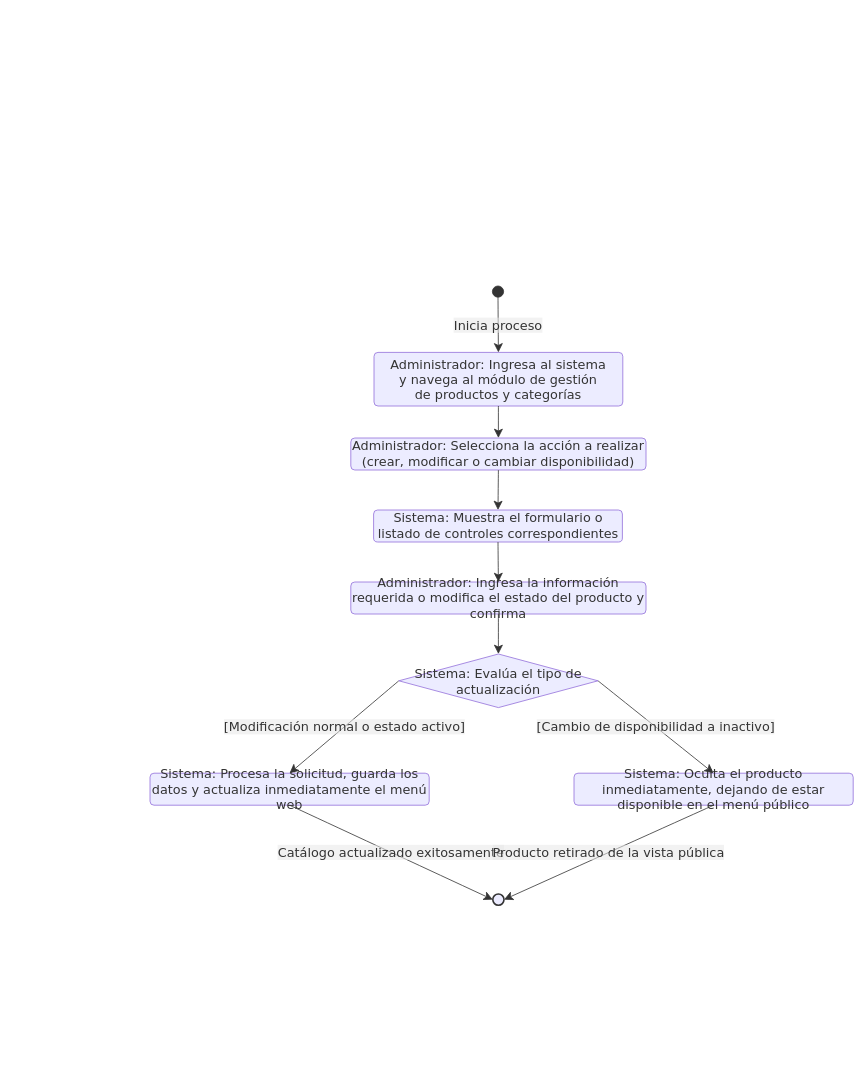
CanelaFeliz/ProyectoPPI115 keeps this draw.io diagram as page "FR04" (4 of 14) of documentacion/Diagramas/Diagramas Casos de Uso.drawio. Above is the earlier version. Source tidied: cells renumbered, new cells numbered last; positions are measured from the earlier drawing's top-left corner, leaving out a move shared by most shapes. Both pictures are drawn from the tidied source at 80%, with x=0, y=0 at pixel (150, 286).
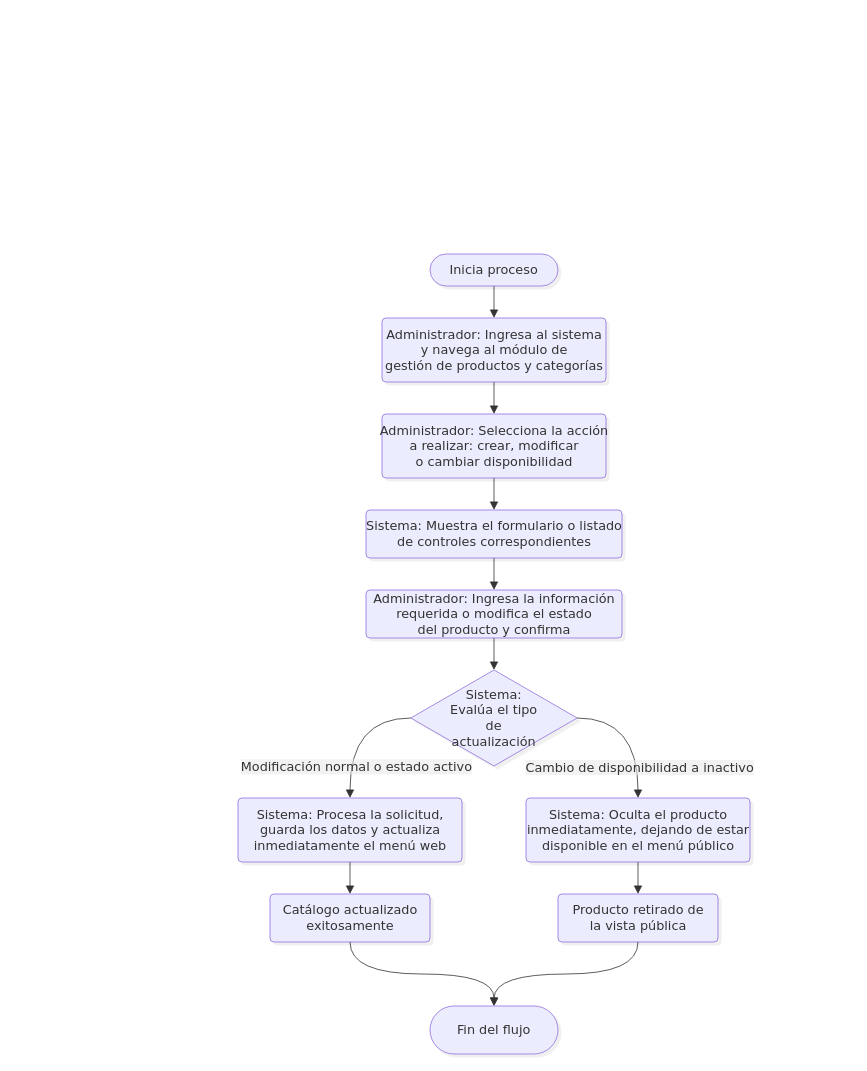
After the change.

The edit, as a diff of the source:
```diff
@@
-    <mxCell id="2" style="group;" parent="1" vertex="1">
-      <mxGeometry width="879" height="774" as="geometry" />
-    </mxCell>
-    <mxCell id="3" style="ellipse;html=1;fillColor=light-dark(#333333,#cccccc);strokeColor=light-dark(#333333,#cccccc);fontColor=light-dark(#333333,#cccccc);fontFamily=Trebuchet MS,Verdana,Arial,sans-serif;fontSize=16;" parent="2" vertex="1">
-      <mxGeometry x="428" width="14" height="14" as="geometry" />
-    </mxCell>
+    <mxCell id="21" style="group;transparentBounds=1;editIcon=1;lockedGroup=0;groupPadding=10;" parent="1" vertex="1">
+      <mxGeometry x="-170" y="-340" as="geometry" />
+    </mxCell>
+    <mxCell id="11" value="Inicia proceso" style="html=1;rounded=1;whiteSpace=wrap;arcSize=50;strokeWidth=1;fillColor=light-dark(#ECECFF,#1f2020);strokeColor=light-dark(#9370DB,#cccccc);fontColor=light-dark(#333333,#cccccc);fontFamily=Trebuchet MS,Verdana,Arial,sans-serif;fontSize=16;shadow=1;shadowColor=#000000;shadowOffsetX=4;shadowOffsetY=4;shadowBlur=0;shadowOpacity=6;" parent="21" vertex="1">
+      <mxGeometry x="520" y="300" width="160" height="40" as="geometry" />
+    </mxCell>
-    <mxCell id="4" value="Administrador: Ingresa al sistema&lt;div&gt;y&amp;nbsp;&lt;span style=&quot;background-color: transparent; color: light-dark(rgb(51, 51, 51), rgb(204, 204, 204));&quot;&gt;navega al módulo de gestión&lt;/span&gt;&lt;/div&gt;&lt;div&gt;&lt;span style=&quot;background-color: transparent; color: light-dark(rgb(51, 51, 51), rgb(204, 204, 204));&quot;&gt;de&amp;nbsp;&lt;/span&gt;&lt;span style=&quot;background-color: transparent; color: light-dark(rgb(51, 51, 51), rgb(204, 204, 204));&quot;&gt;productos y categorías&lt;/span&gt;&lt;/div&gt;" style="rounded=1;absoluteArcSize=1;arcSize=10;html=1;whiteSpace=wrap;strokeWidth=1;fillColor=light-dark(#ECECFF,#1f2020);strokeColor=light-dark(#9370DB,#cccccc);fontColor=light-dark(#333333,#cccccc);fontFamily=Trebuchet MS,Verdana,Arial,sans-serif;fontSize=16;" parent="2" vertex="1">
-      <mxGeometry x="280" y="83" width="311" height="67" as="geometry" />
+    <mxCell id="4" value="Administrador: Ingresa al sistema&lt;br&gt;y navega al módulo de&lt;br&gt;gestión de productos y categorías" style="rounded=1;absoluteArcSize=1;arcSize=10;html=1;strokeWidth=1;fillColor=light-dark(#ECECFF,#1f2020);strokeColor=light-dark(#9370DB,#cccccc);fontColor=light-dark(#333333,#cccccc);fontFamily=Trebuchet MS,Verdana,Arial,sans-serif;fontSize=16;shadow=1;shadowColor=#000000;shadowOffsetX=4;shadowOffsetY=4;shadowBlur=0;shadowOpacity=6;labelWidth=120;" parent="21" vertex="1">
+      <mxGeometry x="460" y="380" width="280" height="80" as="geometry" />
     </mxCell>
-    <mxCell id="5" value="Administrador: Selecciona la acción a realizar&lt;div&gt;(crear, modificar o cambiar disponibilidad)&lt;/div&gt;" style="rounded=1;absoluteArcSize=1;arcSize=10;html=1;whiteSpace=wrap;strokeWidth=1;fillColor=light-dark(#ECECFF,#1f2020);strokeColor=light-dark(#9370DB,#cccccc);fontColor=light-dark(#333333,#cccccc);fontFamily=Trebuchet MS,Verdana,Arial,sans-serif;fontSize=16;" parent="2" vertex="1">
-      <mxGeometry x="251" y="190" width="369" height="40" as="geometry" />
-    </mxCell>
+    <mxCell id="22" value="Administrador: Selecciona la acción&lt;br&gt;a realizar: crear, modificar&lt;br&gt;o cambiar disponibilidad" style="rounded=1;absoluteArcSize=1;arcSize=10;html=1;strokeWidth=1;fillColor=light-dark(#ECECFF,#1f2020);strokeColor=light-dark(#9370DB,#cccccc);fontColor=light-dark(#333333,#cccccc);fontFamily=Trebuchet MS,Verdana,Arial,sans-serif;fontSize=16;shadow=1;shadowColor=#000000;shadowOffsetX=4;shadowOffsetY=4;shadowBlur=0;shadowOpacity=6;labelWidth=120;" parent="21" vertex="1">
+      <mxGeometry x="460" y="500" width="280" height="80" as="geometry" />
+    </mxCell>
-    <mxCell id="6" value="Sistema: Muestra el formulario o listado de controles correspondientes" style="rounded=1;absoluteArcSize=1;arcSize=10;html=1;whiteSpace=wrap;strokeWidth=1;fillColor=light-dark(#ECECFF,#1f2020);strokeColor=light-dark(#9370DB,#cccccc);fontColor=light-dark(#333333,#cccccc);fontFamily=Trebuchet MS,Verdana,Arial,sans-serif;fontSize=16;" parent="2" vertex="1">
-      <mxGeometry x="279.5" y="280" width="311" height="40" as="geometry" />
+    <mxCell id="6" value="Sistema: Muestra el formulario o listado&lt;br&gt;de controles correspondientes" style="rounded=1;absoluteArcSize=1;arcSize=10;html=1;strokeWidth=1;fillColor=light-dark(#ECECFF,#1f2020);strokeColor=light-dark(#9370DB,#cccccc);fontColor=light-dark(#333333,#cccccc);fontFamily=Trebuchet MS,Verdana,Arial,sans-serif;fontSize=16;shadow=1;shadowColor=#000000;shadowOffsetX=4;shadowOffsetY=4;shadowBlur=0;shadowOpacity=6;labelWidth=120;" parent="21" vertex="1">
+      <mxGeometry x="440" y="620" width="320" height="60" as="geometry" />
     </mxCell>
-    <mxCell id="7" value="Administrador: Ingresa la información requerida o modifica el estado del producto y confirma" style="rounded=1;absoluteArcSize=1;arcSize=10;html=1;whiteSpace=wrap;strokeWidth=1;fillColor=light-dark(#ECECFF,#1f2020);strokeColor=light-dark(#9370DB,#cccccc);fontColor=light-dark(#333333,#cccccc);fontFamily=Trebuchet MS,Verdana,Arial,sans-serif;fontSize=16;" parent="2" vertex="1">
-      <mxGeometry x="251" y="370" width="369" height="40" as="geometry" />
+    <mxCell id="7" value="Administrador: Ingresa la información&lt;br&gt;requerida o modifica el estado&lt;br&gt;del producto y confirma" style="rounded=1;absoluteArcSize=1;arcSize=10;html=1;strokeWidth=1;fillColor=light-dark(#ECECFF,#1f2020);strokeColor=light-dark(#9370DB,#cccccc);fontColor=light-dark(#333333,#cccccc);fontFamily=Trebuchet MS,Verdana,Arial,sans-serif;fontSize=16;shadow=1;shadowColor=#000000;shadowOffsetX=4;shadowOffsetY=4;shadowBlur=0;shadowOpacity=6;labelWidth=120;" parent="21" vertex="1">
+      <mxGeometry x="440" y="720" width="320" height="60" as="geometry" />
     </mxCell>
+    <mxCell id="20" value="Sistema: Evalúa el tipo de actualización" style="rhombus;html=1;strokeWidth=1;whiteSpace=wrap;fillColor=light-dark(#ECECFF,#1f2020);strokeColor=light-dark(#9370DB,#cccccc);fontColor=light-dark(#333333,#cccccc);fontFamily=Trebuchet MS,Verdana,Arial,sans-serif;fontSize=16;shadow=1;shadowColor=#000000;shadowOffsetX=4;shadowOffsetY=4;shadowBlur=0;shadowOpacity=6;labelWidth=120;" parent="21" vertex="1">
+      <mxGeometry x="496" y="820" width="208" height="120" as="geometry" />
+    </mxCell>
-    <mxCell id="8" value="Sistema: Procesa la solicitud, guarda los datos y actualiza inmediatamente el menú web" style="rounded=1;absoluteArcSize=1;arcSize=10;html=1;whiteSpace=wrap;strokeWidth=1;fillColor=light-dark(#ECECFF,#1f2020);strokeColor=light-dark(#9370DB,#cccccc);fontColor=light-dark(#333333,#cccccc);fontFamily=Trebuchet MS,Verdana,Arial,sans-serif;fontSize=16;" parent="2" vertex="1">
-      <mxGeometry y="609" width="349" height="40" as="geometry" />
+    <mxCell id="8" value="Sistema: Procesa la solicitud,&lt;br&gt;guarda los datos y actualiza&lt;br&gt;inmediatamente el menú web" style="rounded=1;absoluteArcSize=1;arcSize=10;html=1;strokeWidth=1;fillColor=light-dark(#ECECFF,#1f2020);strokeColor=light-dark(#9370DB,#cccccc);fontColor=light-dark(#333333,#cccccc);fontFamily=Trebuchet MS,Verdana,Arial,sans-serif;fontSize=16;shadow=1;shadowColor=#000000;shadowOffsetX=4;shadowOffsetY=4;shadowBlur=0;shadowOpacity=6;labelWidth=120;" parent="21" vertex="1">
+      <mxGeometry x="280" y="980" width="280" height="80" as="geometry" />
     </mxCell>
-    <mxCell id="9" value="Sistema: Oculta el producto inmediatamente, dejando de estar disponible en el menú público" style="rounded=1;absoluteArcSize=1;arcSize=10;html=1;whiteSpace=wrap;strokeWidth=1;fillColor=light-dark(#ECECFF,#1f2020);strokeColor=light-dark(#9370DB,#cccccc);fontColor=light-dark(#333333,#cccccc);fontFamily=Trebuchet MS,Verdana,Arial,sans-serif;fontSize=16;" parent="2" vertex="1">
-      <mxGeometry x="530" y="609" width="349" height="40" as="geometry" />
+    <mxCell id="9" value="Sistema: Oculta el producto&lt;br&gt;inmediatamente, dejando de estar&lt;br&gt;disponible en el menú público" style="rounded=1;absoluteArcSize=1;arcSize=10;html=1;strokeWidth=1;fillColor=light-dark(#ECECFF,#1f2020);strokeColor=light-dark(#9370DB,#cccccc);fontColor=light-dark(#333333,#cccccc);fontFamily=Trebuchet MS,Verdana,Arial,sans-serif;fontSize=16;shadow=1;shadowColor=#000000;shadowOffsetX=4;shadowOffsetY=4;shadowBlur=0;shadowOpacity=6;labelWidth=120;" parent="21" vertex="1">
+      <mxGeometry x="640" y="980" width="280" height="80" as="geometry" />
     </mxCell>
-    <mxCell id="10" style="ellipse;html=1;fillColor=light-dark(#ECECFF,#1f2020);strokeColor=light-dark(#333333,#cccccc);strokeWidth=2;centerRadius=4;centerColor=light-dark(#9370DB,#cccccc);fontColor=light-dark(#333333,#cccccc);fontFamily=Trebuchet MS,Verdana,Arial,sans-serif;fontSize=16;" parent="2" vertex="1">
-      <mxGeometry x="428.5" y="760" width="14" height="14" as="geometry" />
-    </mxCell>
-    <mxCell id="11" value="Inicia proceso" style="curved=1;startArrow=none;endArrow=classic;endSize=9;fillColor=none;strokeColor=light-dark(#333333,#cccccc);html=1;fontSize=16;labelBackgroundColor=#E8E8E88D;fontFamily=Trebuchet MS,Verdana,Arial,sans-serif;fontColor=light-dark(#333333,#cccccc);exitX=0.5;exitY=1;entryX=0.5;entryY=0;rounded=0;" parent="2" edge="1" source="3" target="4">
-      <mxGeometry relative="1" as="geometry" />
-    </mxCell>
-    <mxCell id="12" style="curved=1;startArrow=none;endArrow=classic;endSize=9;fillColor=none;strokeColor=light-dark(#333333,#cccccc);exitX=0.5;exitY=1;entryX=0.5;entryY=0;rounded=0;" parent="2" edge="1" source="4" target="5">
-      <mxGeometry relative="1" as="geometry" />
-    </mxCell>
-    <mxCell id="13" style="curved=1;startArrow=none;endArrow=classic;endSize=9;fillColor=none;strokeColor=light-dark(#333333,#cccccc);exitX=0.5;exitY=1;entryX=0.5;entryY=0;rounded=0;" parent="2" edge="1" source="5" target="6">
-      <mxGeometry relative="1" as="geometry" />
-    </mxCell>
+    <mxCell id="18" value="Catálogo actualizado&lt;br&gt;exitosamente" style="rounded=1;absoluteArcSize=1;arcSize=10;html=1;strokeWidth=1;fillColor=light-dark(#ECECFF,#1f2020);strokeColor=light-dark(#9370DB,#cccccc);fontColor=light-dark(#333333,#cccccc);fontFamily=Trebuchet MS,Verdana,Arial,sans-serif;fontSize=16;shadow=1;shadowColor=#000000;shadowOffsetX=4;shadowOffsetY=4;shadowBlur=0;shadowOpacity=6;labelWidth=120;" parent="21" vertex="1">
+      <mxGeometry x="320" y="1100" width="200" height="60" as="geometry" />
+    </mxCell>
+    <mxCell id="19" value="Producto retirado de&lt;br&gt;la vista pública" style="rounded=1;absoluteArcSize=1;arcSize=10;html=1;strokeWidth=1;fillColor=light-dark(#ECECFF,#1f2020);strokeColor=light-dark(#9370DB,#cccccc);fontColor=light-dark(#333333,#cccccc);fontFamily=Trebuchet MS,Verdana,Arial,sans-serif;fontSize=16;shadow=1;shadowColor=#000000;shadowOffsetX=4;shadowOffsetY=4;shadowBlur=0;shadowOpacity=6;labelWidth=120;" parent="21" vertex="1">
+      <mxGeometry x="680" y="1100" width="200" height="60" as="geometry" />
+    </mxCell>
+    <mxCell id="23" value="Fin del flujo" style="html=1;rounded=1;whiteSpace=wrap;arcSize=50;strokeWidth=1;fillColor=light-dark(#ECECFF,#1f2020);strokeColor=light-dark(#9370DB,#cccccc);fontColor=light-dark(#333333,#cccccc);fontFamily=Trebuchet MS,Verdana,Arial,sans-serif;fontSize=16;shadow=1;shadowColor=#000000;shadowOffsetX=4;shadowOffsetY=4;shadowBlur=0;shadowOpacity=6;" parent="21" vertex="1">
+      <mxGeometry x="520" y="1240" width="160" height="60" as="geometry" />
+    </mxCell>
+    <mxCell id="24" style="curved=1;startArrow=none;endArrow=block;endSize=8;strokeColor=light-dark(#333333,#cccccc);exitX=0.5;exitY=1;entryX=0.5;entryY=0;targetPerimeterSpacing=4;rounded=0;" parent="21" edge="1" source="11" target="4">
+      <mxGeometry relative="1" as="geometry" />
+    </mxCell>
+    <mxCell id="25" style="curved=1;startArrow=none;endArrow=block;endSize=8;strokeColor=light-dark(#333333,#cccccc);exitX=0.5;exitY=1;entryX=0.5;entryY=0;targetPerimeterSpacing=4;rounded=0;" parent="21" edge="1" source="4" target="22">
+      <mxGeometry relative="1" as="geometry" />
+    </mxCell>
+    <mxCell id="26" style="curved=1;startArrow=none;endArrow=block;endSize=8;strokeColor=light-dark(#333333,#cccccc);exitX=0.5;exitY=1;entryX=0.5;entryY=0;targetPerimeterSpacing=4;rounded=0;" parent="21" edge="1" source="22" target="6">
+      <mxGeometry relative="1" as="geometry" />
+    </mxCell>
-    <mxCell id="14" style="curved=1;startArrow=none;endArrow=classic;endSize=9;fillColor=none;strokeColor=light-dark(#333333,#cccccc);exitX=0.5;exitY=1;entryX=0.5;entryY=0;rounded=0;" parent="2" edge="1" source="6" target="7">
+    <mxCell id="14" style="curved=1;startArrow=none;endArrow=block;endSize=8;strokeColor=light-dark(#333333,#cccccc);exitX=0.5;exitY=1;entryX=0.5;entryY=0;targetPerimeterSpacing=4;rounded=0;" parent="21" edge="1" source="6" target="7">
       <mxGeometry relative="1" as="geometry" />
     </mxCell>
-    <mxCell id="15" style="curved=1;startArrow=none;endArrow=classic;endSize=9;fillColor=none;strokeColor=light-dark(#333333,#cccccc);exitX=0.5;exitY=1;entryX=0.5;entryY=0;rounded=0;entryDx=0;entryDy=0;" parent="2" edge="1" source="7" target="20">
+    <mxCell id="15" style="curved=1;startArrow=none;endArrow=block;endSize=8;strokeColor=light-dark(#333333,#cccccc);exitX=0.5;exitY=1;entryX=0.5;entryY=0;targetPerimeterSpacing=4;rounded=0;" parent="21" edge="1" source="7" target="20">
       <mxGeometry relative="1" as="geometry" />
     </mxCell>
-    <mxCell id="16" value="[Modificación normal o estado activo]" style="curved=1;startArrow=none;endArrow=classic;endSize=9;fillColor=none;strokeColor=light-dark(#333333,#cccccc);html=1;fontSize=16;labelBackgroundColor=#E8E8E88D;fontFamily=Trebuchet MS,Verdana,Arial,sans-serif;fontColor=light-dark(#333333,#cccccc);exitX=0;exitY=0.5;entryX=0.5;entryY=0;rounded=0;exitDx=0;exitDy=0;" parent="2" edge="1" source="20" target="8">
-      <mxGeometry relative="1" as="geometry" />
+    <mxCell id="16" value="Modificación normal o estado activo" style="curved=1;startArrow=none;endArrow=block;endSize=8;strokeColor=light-dark(#333333,#cccccc);html=1;fontSize=16;labelBackgroundColor=light-dark(#E8E8E88D,#2a2a2a8D);fontFamily=Trebuchet MS,Verdana,Arial,sans-serif;fontColor=light-dark(#333333,#cccccc);exitX=0;exitY=0.5;entryX=0.5;entryY=0;targetPerimeterSpacing=4;rounded=0;exitDx=0;exitDy=0;edgeStyle=orthogonalEdgeStyle;curveGeometry=1;" parent="21" edge="1" source="20" target="8">
+      <mxGeometry x="0.56" y="8" relative="1" as="geometry" />
     </mxCell>
-    <mxCell id="17" value="[Cambio de disponibilidad a inactivo]" style="curved=1;startArrow=none;endArrow=classic;endSize=9;fillColor=none;strokeColor=light-dark(#333333,#cccccc);html=1;fontSize=16;labelBackgroundColor=#E8E8E88D;fontFamily=Trebuchet MS,Verdana,Arial,sans-serif;fontColor=light-dark(#333333,#cccccc);exitX=1;exitY=0.5;entryX=0.5;entryY=0;rounded=0;exitDx=0;exitDy=0;" parent="2" edge="1" source="20" target="9">
-      <mxGeometry relative="1" as="geometry" />
+    <mxCell id="17" value="Cambio de disponibilidad a inactivo" style="curved=1;startArrow=none;endArrow=block;endSize=8;strokeColor=light-dark(#333333,#cccccc);html=1;fontSize=16;labelBackgroundColor=light-dark(#E8E8E88D,#2a2a2a8D);fontFamily=Trebuchet MS,Verdana,Arial,sans-serif;fontColor=light-dark(#333333,#cccccc);exitX=1;exitY=0.5;entryX=0.5;entryY=0;targetPerimeterSpacing=4;rounded=0;edgeStyle=orthogonalEdgeStyle;curveGeometry=1;exitDx=0;exitDy=0;" parent="21" edge="1" source="20" target="9">
+      <mxGeometry x="0.58" y="2" relative="1" as="geometry">
+        <mxPoint y="-1" as="offset" />
+      </mxGeometry>
     </mxCell>
-    <mxCell id="18" value="Catálogo actualizado exitosamente" style="curved=1;startArrow=none;endArrow=classic;endSize=9;fillColor=none;strokeColor=light-dark(#333333,#cccccc);html=1;fontSize=16;labelBackgroundColor=#E8E8E88D;fontFamily=Trebuchet MS,Verdana,Arial,sans-serif;fontColor=light-dark(#333333,#cccccc);exitX=0.5;exitY=1;entryX=0;entryY=0.43;rounded=0;" parent="2" edge="1" source="8" target="10">
-      <mxGeometry relative="1" as="geometry" />
-    </mxCell>
-    <mxCell id="19" value="Producto retirado de la vista pública" style="curved=1;startArrow=none;endArrow=classic;endSize=9;fillColor=none;strokeColor=light-dark(#333333,#cccccc);html=1;fontSize=16;labelBackgroundColor=#E8E8E88D;fontFamily=Trebuchet MS,Verdana,Arial,sans-serif;fontColor=light-dark(#333333,#cccccc);exitX=0.5;exitY=1;entryX=1;entryY=0.43;rounded=0;" parent="2" edge="1" source="9" target="10">
-      <mxGeometry relative="1" as="geometry" />
-    </mxCell>
-    <mxCell id="20" value="Sistema: Evalúa el tipo de actualización" style="rhombus;html=1;strokeWidth=1;whiteSpace=wrap;fillColor=light-dark(#ECECFF,#1f2020);strokeColor=light-dark(#9370DB,#cccccc);fontColor=light-dark(#333333,#cccccc);fontFamily=Trebuchet MS,Verdana,Arial,sans-serif;fontSize=16;" parent="2" vertex="1">
-      <mxGeometry x="311" y="460" width="249" height="67" as="geometry" />
-    </mxCell>
+    <mxCell id="27" style="curved=1;startArrow=none;endArrow=block;endSize=8;strokeColor=light-dark(#333333,#cccccc);exitX=0.5;exitY=1;entryX=0.5;entryY=0;targetPerimeterSpacing=4;rounded=0;" parent="21" edge="1" source="8" target="18">
+      <mxGeometry relative="1" as="geometry" />
+    </mxCell>
+    <mxCell id="28" style="curved=1;startArrow=none;endArrow=block;endSize=8;strokeColor=light-dark(#333333,#cccccc);exitX=0.5;exitY=1;entryX=0.5;entryY=0;targetPerimeterSpacing=4;rounded=0;" parent="21" edge="1" source="9" target="19">
+      <mxGeometry relative="1" as="geometry" />
+    </mxCell>
+    <mxCell id="29" style="curved=1;startArrow=none;endArrow=block;endSize=8;strokeColor=light-dark(#333333,#cccccc);exitX=0.5;exitY=0.99;entryX=0.5;entryY=0;targetPerimeterSpacing=4;rounded=0;entryDx=0;entryDy=0;edgeStyle=orthogonalEdgeStyle;curveGeometry=1;" parent="21" edge="1" source="18" target="23">
+      <mxGeometry x="-0.32" y="5.31" relative="1" as="geometry" />
+    </mxCell>
+    <mxCell id="30" style="curved=1;startArrow=none;endArrow=block;endSize=8;strokeColor=light-dark(#333333,#cccccc);exitX=0.5;exitY=0.99;targetPerimeterSpacing=4;rounded=0;edgeStyle=orthogonalEdgeStyle;curveGeometry=1;" parent="21" edge="1" source="19">
+      <mxGeometry x="-0.26" y="-5.31" relative="1" as="geometry">
+        <mxPoint x="600" y="1240" as="targetPoint" />
+      </mxGeometry>
+    </mxCell>
```
